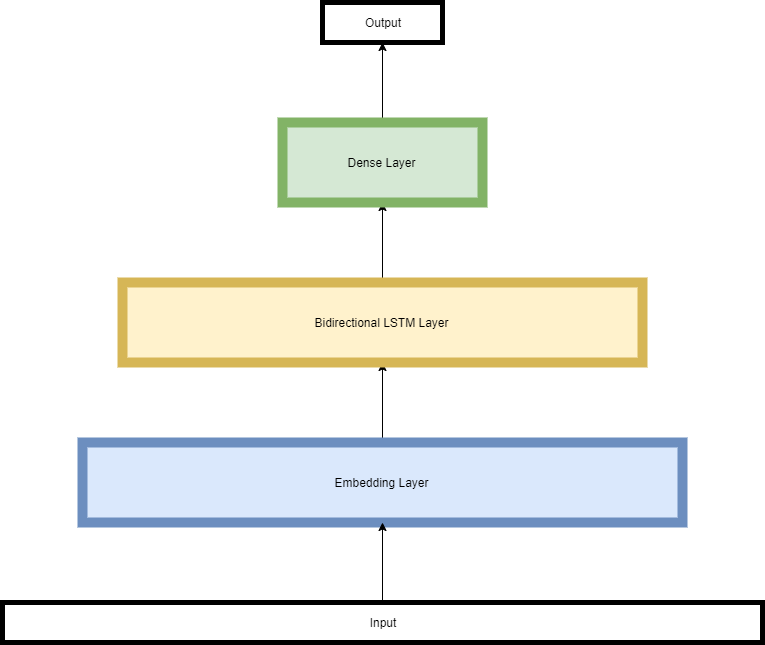
Letanec/nsiete_xletanec_project keeps this draw.io diagram as notebooks/NNArch.png. Above is the earlier version. Source tidied: cells renumbered, new cells last; positions are measured from the earlier drawing's top-left corner, leaving out a move shared by most shapes. The source it was exported from:
```xml
<mxGraphModel>
  <root>
    <mxCell id="0" />
    <mxCell id="1" parent="0" />
    <mxCell id="2" style="edgeStyle=orthogonalEdgeStyle;rounded=0;jettySize=auto;html=1;" parent="1" edge="1" source="3" target="5">
      <mxGeometry relative="1" as="geometry" />
    </mxCell>
    <mxCell id="3" value="Embedding Layer" style="rounded=0;whiteSpace=wrap;html=1;fillColor=#dae8fc;strokeColor=#6c8ebf;gradientColor=none;strokeWidth=10;" parent="1" vertex="1">
      <mxGeometry x="80" y="440" width="600" height="80" as="geometry" />
    </mxCell>
    <mxCell id="4" style="edgeStyle=orthogonalEdgeStyle;rounded=0;jettySize=auto;html=1;entryX=0.5;entryY=1;entryDx=0;entryDy=0;" parent="1" edge="1" source="5" target="7">
      <mxGeometry relative="1" as="geometry" />
    </mxCell>
    <mxCell id="5" value="Bidirectional LSTM Layer" style="rounded=0;whiteSpace=wrap;html=1;fillColor=#fff2cc;strokeColor=#d6b656;strokeWidth=10;" parent="1" vertex="1">
      <mxGeometry x="120" y="280" width="520" height="80" as="geometry" />
    </mxCell>
    <mxCell id="6" style="edgeStyle=orthogonalEdgeStyle;rounded=0;jettySize=auto;html=1;" parent="1" edge="1" source="7">
      <mxGeometry relative="1" as="geometry">
        <mxPoint x="380" y="40" as="targetPoint" />
      </mxGeometry>
    </mxCell>
    <mxCell id="7" value="Dense Layer" style="rounded=0;whiteSpace=wrap;html=1;fillColor=#d5e8d4;strokeColor=#82b366;strokeWidth=10;" parent="1" vertex="1">
      <mxGeometry x="280" y="120" width="200" height="80" as="geometry" />
    </mxCell>
    <mxCell id="8" style="edgeStyle=orthogonalEdgeStyle;rounded=0;jettySize=auto;html=1;entryX=0.5;entryY=1;entryDx=0;entryDy=0;" parent="1" edge="1" source="9" target="3">
      <mxGeometry relative="1" as="geometry" />
    </mxCell>
    <mxCell id="9" value="Input" style="rounded=0;whiteSpace=wrap;html=1;strokeWidth=5;gradientColor=none;" parent="1" vertex="1">
      <mxGeometry y="600" width="760" height="40" as="geometry" />
    </mxCell>
    <mxCell id="10" value="Output" style="rounded=0;whiteSpace=wrap;html=1;strokeWidth=5;gradientColor=none;" parent="1" vertex="1">
      <mxGeometry x="320" width="120" height="40" as="geometry" />
    </mxCell>
  </root>
</mxGraphModel>
```
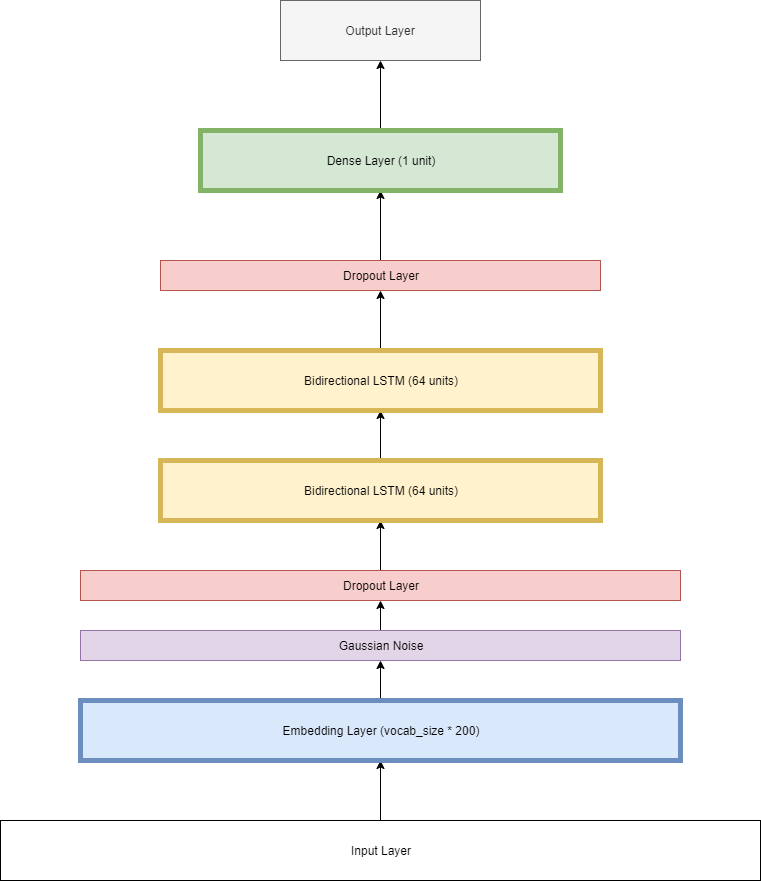
After the change.

What changed in the source:
```diff
@@ -2,34 +2,56 @@
   <root>
     <mxCell id="0" />
     <mxCell id="1" parent="0" />
-    <mxCell id="2" style="edgeStyle=orthogonalEdgeStyle;rounded=0;jettySize=auto;html=1;" parent="1" edge="1" source="3" target="5">
-      <mxGeometry relative="1" as="geometry" />
-    </mxCell>
-    <mxCell id="3" value="Embedding Layer" style="rounded=0;whiteSpace=wrap;html=1;fillColor=#dae8fc;strokeColor=#6c8ebf;gradientColor=none;strokeWidth=10;" parent="1" vertex="1">
-      <mxGeometry x="80" y="440" width="600" height="80" as="geometry" />
-    </mxCell>
-    <mxCell id="4" style="edgeStyle=orthogonalEdgeStyle;rounded=0;jettySize=auto;html=1;entryX=0.5;entryY=1;entryDx=0;entryDy=0;" parent="1" edge="1" source="5" target="7">
-      <mxGeometry relative="1" as="geometry" />
-    </mxCell>
-    <mxCell id="5" value="Bidirectional LSTM Layer" style="rounded=0;whiteSpace=wrap;html=1;fillColor=#fff2cc;strokeColor=#d6b656;strokeWidth=10;" parent="1" vertex="1">
-      <mxGeometry x="120" y="280" width="520" height="80" as="geometry" />
-    </mxCell>
-    <mxCell id="6" style="edgeStyle=orthogonalEdgeStyle;rounded=0;jettySize=auto;html=1;" parent="1" edge="1" source="7">
-      <mxGeometry relative="1" as="geometry">
-        <mxPoint x="380" y="40" as="targetPoint" />
-      </mxGeometry>
-    </mxCell>
-    <mxCell id="7" value="Dense Layer" style="rounded=0;whiteSpace=wrap;html=1;fillColor=#d5e8d4;strokeColor=#82b366;strokeWidth=10;" parent="1" vertex="1">
-      <mxGeometry x="280" y="120" width="200" height="80" as="geometry" />
-    </mxCell>
-    <mxCell id="8" style="edgeStyle=orthogonalEdgeStyle;rounded=0;jettySize=auto;html=1;entryX=0.5;entryY=1;entryDx=0;entryDy=0;" parent="1" edge="1" source="9" target="3">
-      <mxGeometry relative="1" as="geometry" />
-    </mxCell>
-    <mxCell id="9" value="Input" style="rounded=0;whiteSpace=wrap;html=1;strokeWidth=5;gradientColor=none;" parent="1" vertex="1">
-      <mxGeometry y="600" width="760" height="40" as="geometry" />
-    </mxCell>
-    <mxCell id="10" value="Output" style="rounded=0;whiteSpace=wrap;html=1;strokeWidth=5;gradientColor=none;" parent="1" vertex="1">
-      <mxGeometry x="320" width="120" height="40" as="geometry" />
-    </mxCell>
+    <mxCell id="11" style="edgeStyle=orthogonalEdgeStyle;rounded=0;jettySize=auto;html=1;entryX=0.5;entryY=1;entryDx=0;entryDy=0;" parent="1" edge="1" source="12" target="14">
+      <mxGeometry relative="1" as="geometry" />
+    </mxCell>
+    <mxCell id="12" value="Input Layer" style="rounded=0;whiteSpace=wrap;html=1;" parent="1" vertex="1">
+      <mxGeometry y="1040" width="760" height="60" as="geometry" />
+    </mxCell>
+    <mxCell id="13" style="edgeStyle=orthogonalEdgeStyle;rounded=0;jettySize=auto;html=1;entryX=0.5;entryY=1;entryDx=0;entryDy=0;" parent="1" edge="1" source="14" target="16">
+      <mxGeometry relative="1" as="geometry" />
+    </mxCell>
+    <mxCell id="14" value="Embedding Layer (vocab_size * 200)" style="rounded=0;whiteSpace=wrap;html=1;fillColor=#dae8fc;strokeColor=#6C8EBF;strokeWidth=5;" parent="1" vertex="1">
+      <mxGeometry x="80" y="920" width="600" height="60" as="geometry" />
+    </mxCell>
+    <mxCell id="15" style="edgeStyle=orthogonalEdgeStyle;rounded=0;jettySize=auto;html=1;entryX=0.5;entryY=1;entryDx=0;entryDy=0;" parent="1" edge="1" source="16" target="18">
+      <mxGeometry relative="1" as="geometry" />
+    </mxCell>
+    <mxCell id="16" value="Gaussian Noise" style="rounded=0;whiteSpace=wrap;html=1;fillColor=#e1d5e7;strokeColor=#9673a6;" parent="1" vertex="1">
+      <mxGeometry x="80" y="850" width="600" height="30" as="geometry" />
+    </mxCell>
+    <mxCell id="17" style="edgeStyle=orthogonalEdgeStyle;rounded=0;jettySize=auto;html=1;entryX=0.5;entryY=1;entryDx=0;entryDy=0;" parent="1" edge="1" source="18" target="20">
+      <mxGeometry relative="1" as="geometry" />
+    </mxCell>
+    <mxCell id="18" value="Dropout Layer" style="rounded=0;whiteSpace=wrap;html=1;fillColor=#f8cecc;strokeColor=#b85450;" parent="1" vertex="1">
+      <mxGeometry x="80" y="790" width="600" height="30" as="geometry" />
+    </mxCell>
+    <mxCell id="19" style="edgeStyle=orthogonalEdgeStyle;rounded=0;jettySize=auto;html=1;" parent="1" edge="1" source="20" target="22">
+      <mxGeometry relative="1" as="geometry" />
+    </mxCell>
+    <mxCell id="20" value="Bidirectional LSTM (64 units)" style="rounded=0;whiteSpace=wrap;html=1;fillColor=#fff2cc;strokeColor=#d6b656;strokeWidth=5;" parent="1" vertex="1">
+      <mxGeometry x="160" y="680" width="440" height="60" as="geometry" />
+    </mxCell>
+    <mxCell id="21" style="edgeStyle=orthogonalEdgeStyle;rounded=0;jettySize=auto;html=1;" parent="1" edge="1" source="22" target="24">
+      <mxGeometry relative="1" as="geometry" />
+    </mxCell>
+    <mxCell id="22" value="Bidirectional LSTM (64 units)" style="rounded=0;whiteSpace=wrap;html=1;fillColor=#fff2cc;strokeColor=#d6b656;strokeWidth=5;" parent="1" vertex="1">
+      <mxGeometry x="160" y="570" width="440" height="60" as="geometry" />
+    </mxCell>
+    <mxCell id="23" style="edgeStyle=orthogonalEdgeStyle;rounded=0;jettySize=auto;html=1;" parent="1" edge="1" source="24" target="26">
+      <mxGeometry relative="1" as="geometry" />
+    </mxCell>
+    <mxCell id="24" value="Dropout Layer" style="rounded=0;whiteSpace=wrap;html=1;fillColor=#f8cecc;strokeColor=#b85450;" parent="1" vertex="1">
+      <mxGeometry x="160" y="480" width="440" height="30" as="geometry" />
+    </mxCell>
+    <mxCell id="25" style="edgeStyle=orthogonalEdgeStyle;rounded=0;jettySize=auto;html=1;entryX=0.5;entryY=1;entryDx=0;entryDy=0;" parent="1" edge="1" source="26" target="27">
+      <mxGeometry relative="1" as="geometry" />
+    </mxCell>
+    <mxCell id="26" value="Dense Layer (1 unit)" style="rounded=0;whiteSpace=wrap;html=1;fillColor=#d5e8d4;strokeColor=#82b366;strokeWidth=5;" parent="1" vertex="1">
+      <mxGeometry x="200" y="350" width="360" height="60" as="geometry" />
+    </mxCell>
+    <mxCell id="27" value="Output Layer" style="rounded=0;whiteSpace=wrap;html=1;fillColor=#f5f5f5;strokeColor=#666666;fontColor=#333333;" parent="1" vertex="1">
+      <mxGeometry x="280" y="220" width="200" height="60" as="geometry" />
+    </mxCell>
   </root>
 </mxGraphModel>
```
